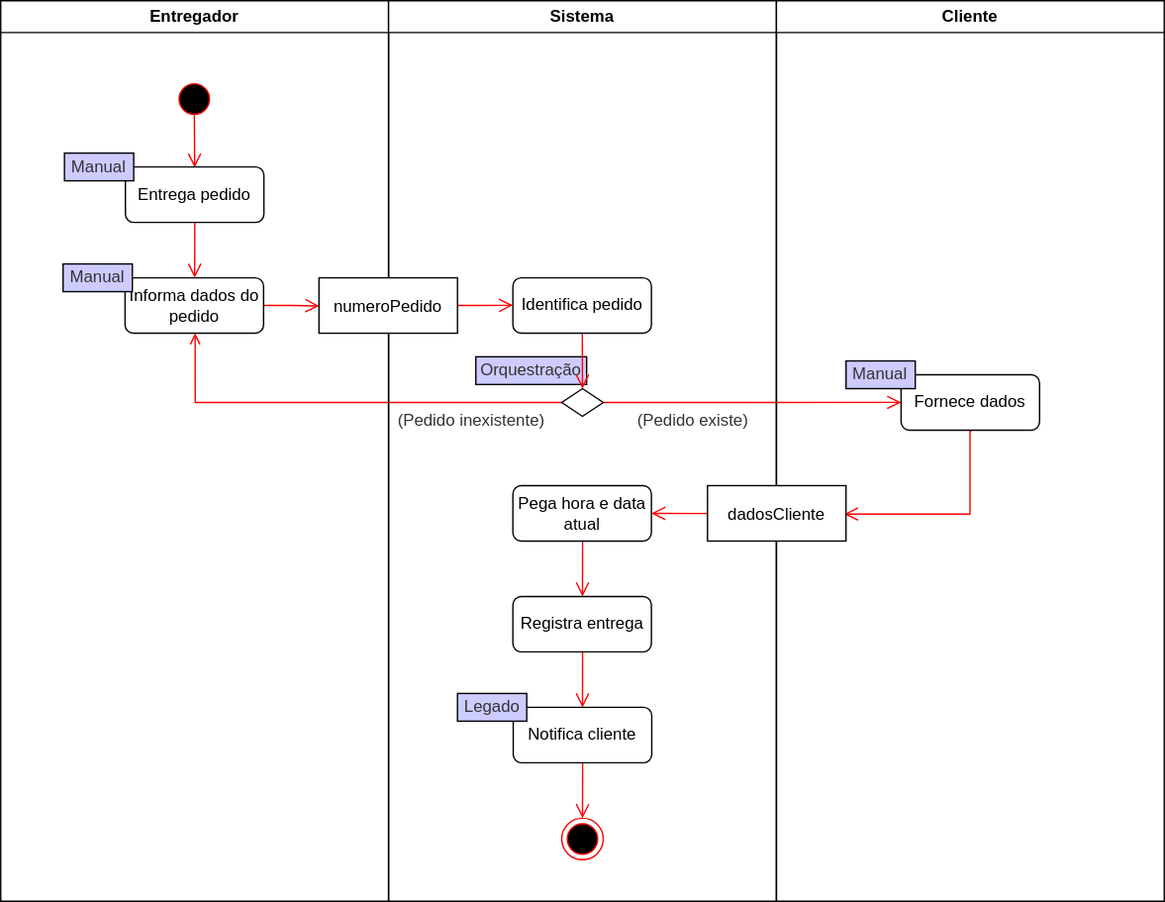
alexanderaugusto/logistica-service keeps this draw.io diagram as images/marcacao-modelo-detalhado-parte2.drawio.svg. Above is the earlier version. Source tidied: cells renumbered, new cells last; positions are measured from the earlier drawing's top-left corner, leaving out a move shared by most shapes.
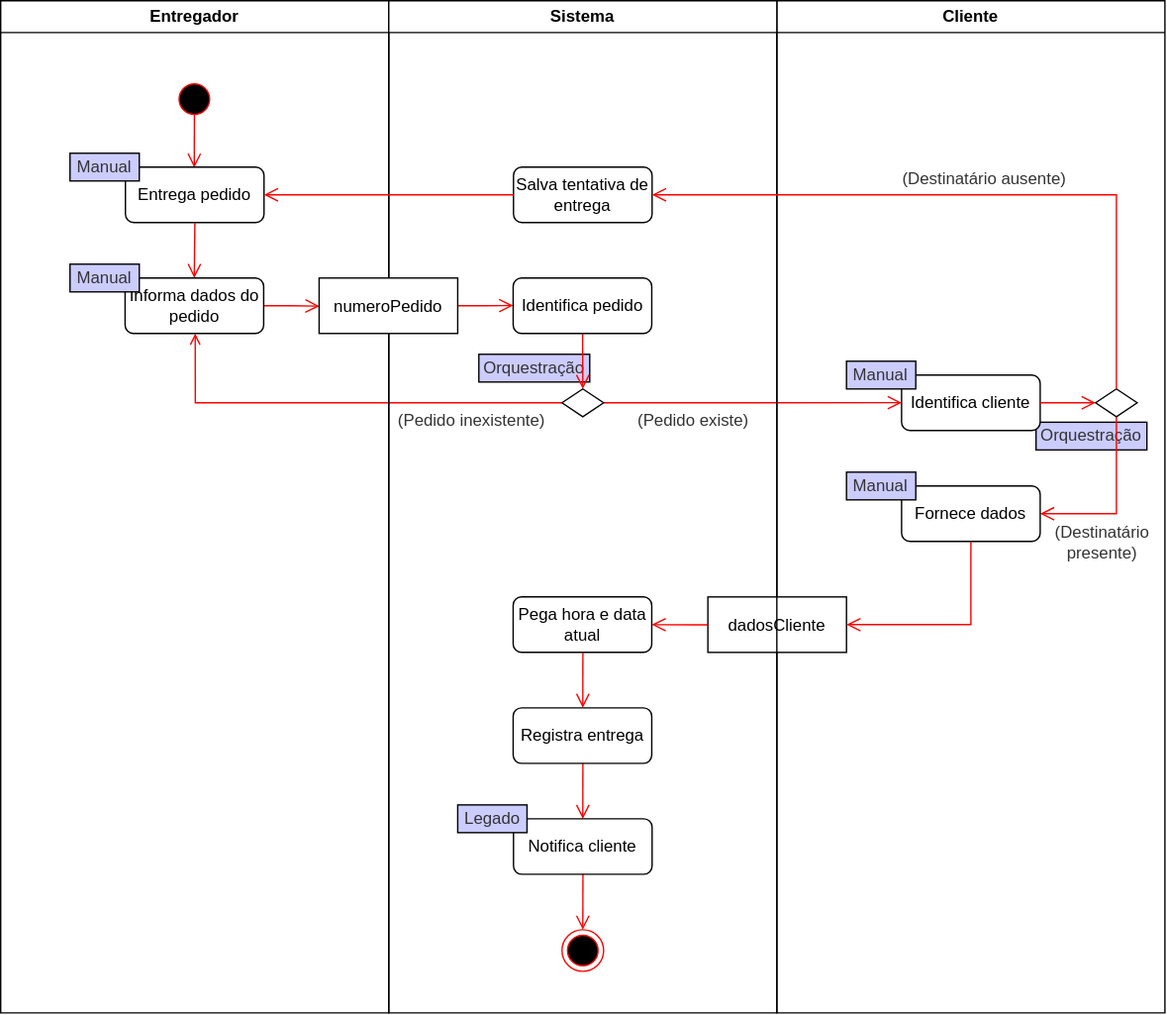
After the commit.

Change to the diagram source:
```diff
@@ -2,26 +2,73 @@
   <root>
     <mxCell id="0" />
     <mxCell id="1" parent="0" />
-    <mxCell id="2" style="edgeStyle=elbowEdgeStyle;elbow=horizontal;verticalAlign=bottom;endArrow=open;endSize=8;strokeColor=#FF0000;endFill=1;rounded=0;entryX=0.001;entryY=0.498;entryDx=0;entryDy=0;entryPerimeter=0;exitX=1;exitY=0.5;exitDx=0;exitDy=0;" parent="1" edge="1" source="25" target="32">
-      <mxGeometry x="-1894" y="-9.2" as="geometry">
-        <Array as="points">
-          <mxPoint x="490" y="290" />
-          <mxPoint x="484.8" y="635" />
-          <mxPoint x="614" y="707.5" />
-          <mxPoint x="614" y="697.5" />
-        </Array>
-      </mxGeometry>
-    </mxCell>
+    <mxCell id="30" value="Cliente" style="swimlane;whiteSpace=wrap;" parent="1" vertex="1">
+      <mxGeometry x="560" width="280" height="730" as="geometry" />
+    </mxCell>
+    <mxCell id="36" value="Orquestração" style="rounded=0;whiteSpace=wrap;html=1;fontSize=12;fontColor=#333333;fillColor=#CCCCFF;" parent="30" vertex="1">
+      <mxGeometry x="187" y="304" width="80" height="20" as="geometry" />
+    </mxCell>
+    <mxCell id="37" value="Identifica cliente" style="rounded=1;whiteSpace=wrap;html=1;" parent="30" vertex="1">
+      <mxGeometry x="90" y="270" width="100" height="40" as="geometry" />
+    </mxCell>
+    <mxCell id="33" value="dadosCliente" parent="30" vertex="1">
+      <mxGeometry x="-49.8" y="430" width="100" height="40" as="geometry" />
+    </mxCell>
+    <mxCell id="38" style="edgeStyle=elbowEdgeStyle;elbow=horizontal;verticalAlign=bottom;endArrow=open;endSize=8;strokeColor=#FF0000;endFill=1;rounded=0;exitX=0.5;exitY=1;exitDx=0;exitDy=0;entryX=1;entryY=0.5;entryDx=0;entryDy=0;" parent="30" edge="1" source="41" target="32">
+      <mxGeometry x="-935.2" y="121.9" as="geometry">
+        <Array as="points">
+          <mxPoint x="245" y="340" />
+        </Array>
+      </mxGeometry>
+    </mxCell>
+    <mxCell id="31" style="edgeStyle=elbowEdgeStyle;elbow=horizontal;verticalAlign=bottom;endArrow=open;endSize=8;strokeColor=#FF0000;endFill=1;rounded=0;exitX=0.5;exitY=1;exitDx=0;exitDy=0;entryX=1;entryY=0.5;entryDx=0;entryDy=0;" parent="30" edge="1" source="32" target="33">
+      <mxGeometry x="-1655.2" y="141.9" as="geometry">
+        <Array as="points">
+          <mxPoint x="140" y="450" />
+        </Array>
+      </mxGeometry>
+    </mxCell>
+    <mxCell id="39" value="(Destinatário ausente)" style="text;html=1;strokeColor=none;fillColor=none;align=center;verticalAlign=middle;whiteSpace=wrap;rounded=0;fontColor=#333333;fontSize=12;" parent="30" vertex="1">
+      <mxGeometry x="80" y="114" width="140" height="30" as="geometry" />
+    </mxCell>
+    <mxCell id="40" style="edgeStyle=elbowEdgeStyle;elbow=horizontal;verticalAlign=bottom;endArrow=open;endSize=8;strokeColor=#FF0000;endFill=1;rounded=0;exitX=1;exitY=0.5;exitDx=0;exitDy=0;entryX=0;entryY=0.5;entryDx=0;entryDy=0;" parent="30" edge="1" source="37" target="41">
+      <mxGeometry x="-1575.2" y="51.9" as="geometry" />
+    </mxCell>
+    <mxCell id="41" style="rhombus;whiteSpace=wrap;html=1;" parent="30" vertex="1">
+      <mxGeometry x="230" y="280" width="30" height="20" as="geometry" />
+    </mxCell>
+    <mxCell id="32" value="Fornece dados" style="rounded=1;whiteSpace=wrap;html=1;" parent="30" vertex="1">
+      <mxGeometry x="90" y="350" width="100" height="40" as="geometry" />
+    </mxCell>
+    <mxCell id="42" value="(Destinatário presente)" style="text;html=1;strokeColor=none;fillColor=none;align=center;verticalAlign=middle;whiteSpace=wrap;rounded=0;fontColor=#333333;fontSize=12;" parent="30" vertex="1">
+      <mxGeometry x="190" y="376" width="90" height="30" as="geometry" />
+    </mxCell>
+    <mxCell id="43" value="Manual" style="rounded=0;whiteSpace=wrap;html=1;fontSize=12;fontColor=#333333;fillColor=#CCCCFF;" parent="30" vertex="1">
+      <mxGeometry x="50.2" y="340" width="50" height="20" as="geometry" />
+    </mxCell>
+    <mxCell id="34" value="Manual" style="rounded=0;whiteSpace=wrap;html=1;fontSize=12;fontColor=#333333;fillColor=#CCCCFF;" parent="30" vertex="1">
+      <mxGeometry x="50.2" y="260" width="50" height="20" as="geometry" />
+    </mxCell>
+    <mxCell id="44" style="edgeStyle=elbowEdgeStyle;elbow=horizontal;verticalAlign=bottom;endArrow=open;endSize=8;strokeColor=#FF0000;endFill=1;rounded=0;entryX=0.001;entryY=0.498;entryDx=0;entryDy=0;entryPerimeter=0;exitX=1;exitY=0.5;exitDx=0;exitDy=0;" parent="1" edge="1" source="25" target="37">
+      <mxGeometry x="-1894" y="-9.2" as="geometry">
+        <Array as="points">
+          <mxPoint x="490" y="290" />
+          <mxPoint x="484.8" y="635" />
+          <mxPoint x="614" y="707.5" />
+          <mxPoint x="614" y="697.5" />
+        </Array>
+      </mxGeometry>
+    </mxCell>
     <mxCell id="3" style="edgeStyle=orthogonalEdgeStyle;rounded=0;jettySize=auto;html=1;fontSize=9;fontColor=#333333;endArrow=open;endFill=0;strokeColor=#FF0000;entryX=0.506;entryY=1;entryDx=0;entryDy=0;entryPerimeter=0;exitX=0;exitY=0.5;exitDx=0;exitDy=0;" parent="1" edge="1" source="25" target="10">
       <mxGeometry relative="1" as="geometry" />
     </mxCell>
     <mxCell id="4" style="edgeStyle=elbowEdgeStyle;elbow=horizontal;verticalAlign=bottom;endArrow=open;endSize=8;strokeColor=#FF0000;endFill=1;rounded=0;entryX=1;entryY=0.5;entryDx=0;entryDy=0;entryPerimeter=0;exitX=0.001;exitY=0.502;exitDx=0;exitDy=0;exitPerimeter=0;" parent="1" edge="1" source="33" target="22">
-      <mxGeometry x="-1464" y="-9.2" as="geometry">
+      <mxGeometry x="-1464" y="70.8" as="geometry">
         <Array as="points">
-          <mxPoint x="499.8" y="362" />
-          <mxPoint x="474.8" y="565" />
-          <mxPoint x="604" y="637.5" />
-          <mxPoint x="604" y="627.5" />
+          <mxPoint x="499.8" y="442" />
+          <mxPoint x="474.8" y="645" />
+          <mxPoint x="604" y="717.5" />
+          <mxPoint x="604" y="707.5" />
         </Array>
       </mxGeometry>
     </mxCell>
@@ -29,7 +76,7 @@
       <mxGeometry x="-325.2" y="233.4" as="geometry" />
     </mxCell>
     <mxCell id="6" value="Entregador" style="swimlane;whiteSpace=wrap;startSize=23;" parent="1" vertex="1">
-      <mxGeometry width="280" height="650" as="geometry" />
+      <mxGeometry width="280" height="730" as="geometry" />
     </mxCell>
     <mxCell id="7" style="edgeStyle=elbowEdgeStyle;elbow=horizontal;verticalAlign=bottom;endArrow=open;endSize=8;strokeColor=#FF0000;endFill=1;rounded=0;entryX=0.497;entryY=0.011;entryDx=0;entryDy=0;entryPerimeter=0;exitX=0.501;exitY=0.869;exitDx=0;exitDy=0;exitPerimeter=0;" parent="6" edge="1" source="9" target="11">
       <mxGeometry x="-495.1" y="-100.9" as="geometry" />
@@ -46,37 +93,40 @@
     <mxCell id="11" value="Entrega pedido" style="rounded=1;whiteSpace=wrap;html=1;" parent="6" vertex="1">
       <mxGeometry x="90" y="120" width="100" height="40" as="geometry" />
     </mxCell>
-    <mxCell id="12" value="Manual" style="rounded=0;whiteSpace=wrap;html=1;fontSize=12;fontColor=#333333;fillColor=#CCCCFF;" parent="6" vertex="1">
-      <mxGeometry x="45" y="190" width="50" height="20" as="geometry" />
-    </mxCell>
+    <mxCell id="45" value="Manual" style="rounded=0;whiteSpace=wrap;html=1;fontSize=12;fontColor=#333333;fillColor=#CCCCFF;" parent="6" vertex="1">
+      <mxGeometry x="50" y="110" width="50" height="20" as="geometry" />
+    </mxCell>
+    <mxCell id="46" value="Manual" style="rounded=0;whiteSpace=wrap;html=1;fontSize=12;fontColor=#333333;fillColor=#CCCCFF;" parent="6" vertex="1">
+      <mxGeometry x="50" y="190" width="50" height="20" as="geometry" />
+    </mxCell>
     <mxCell id="13" value="Sistema" style="swimlane;whiteSpace=wrap;" parent="1" vertex="1">
-      <mxGeometry x="280" width="280" height="650" as="geometry" />
+      <mxGeometry x="280" width="280" height="730" as="geometry" />
     </mxCell>
-    <mxCell id="14" value="Orquestração" style="rounded=0;whiteSpace=wrap;html=1;fontSize=12;fontColor=#333333;fillColor=#CCCCFF;" parent="13" vertex="1">
-      <mxGeometry x="63" y="257" width="80" height="20" as="geometry" />
-    </mxCell>
+    <mxCell id="47" value="Orquestração" style="rounded=0;whiteSpace=wrap;html=1;fontSize=12;fontColor=#333333;fillColor=#CCCCFF;" parent="13" vertex="1">
+      <mxGeometry x="65" y="255" width="80" height="20" as="geometry" />
+    </mxCell>
     <mxCell id="15" style="edgeStyle=elbowEdgeStyle;elbow=horizontal;verticalAlign=bottom;endArrow=open;endSize=8;strokeColor=#FF0000;endFill=1;rounded=0;exitX=0.503;exitY=1;exitDx=0;exitDy=0;exitPerimeter=0;entryX=0.503;entryY=0;entryDx=0;entryDy=0;entryPerimeter=0;" parent="13" edge="1" source="22" target="28">
-      <mxGeometry x="-3079.1" y="-407.2" as="geometry">
+      <mxGeometry x="-3079.1" y="-327.2" as="geometry">
         <Array as="points">
-          <mxPoint x="140" y="410" />
-          <mxPoint x="200" y="429.9" />
-          <mxPoint x="254.7" y="594.9" />
-          <mxPoint x="264.7" y="514.9" />
-          <mxPoint x="344.7" y="504.9" />
-          <mxPoint x="473.9" y="577.4" />
-          <mxPoint x="473.9" y="567.4" />
+          <mxPoint x="140" y="490" />
+          <mxPoint x="200" y="509.9" />
+          <mxPoint x="254.7" y="674.9" />
+          <mxPoint x="264.7" y="594.9" />
+          <mxPoint x="344.7" y="584.9" />
+          <mxPoint x="473.9" y="657.4" />
+          <mxPoint x="473.9" y="647.4" />
         </Array>
       </mxGeometry>
     </mxCell>
     <mxCell id="16" style="edgeStyle=elbowEdgeStyle;elbow=horizontal;verticalAlign=bottom;endArrow=open;endSize=8;strokeColor=#FF0000;endFill=1;rounded=0;entryX=0.507;entryY=0.003;entryDx=0;entryDy=0;entryPerimeter=0;exitX=0.503;exitY=1.003;exitDx=0;exitDy=0;exitPerimeter=0;" parent="13" edge="1" source="28" target="20">
-      <mxGeometry x="-2699.1" y="-277.1" as="geometry">
+      <mxGeometry x="-2699.1" y="-197.1" as="geometry">
         <Array as="points">
-          <mxPoint x="140" y="490" />
-          <mxPoint x="194.7" y="655" />
-          <mxPoint x="204.7" y="575" />
-          <mxPoint x="284.7" y="565" />
-          <mxPoint x="413.9" y="637.5" />
-          <mxPoint x="413.9" y="627.5" />
+          <mxPoint x="140" y="570" />
+          <mxPoint x="194.7" y="735" />
+          <mxPoint x="204.7" y="655" />
+          <mxPoint x="284.7" y="645" />
+          <mxPoint x="413.9" y="717.5" />
+          <mxPoint x="413.9" y="707.5" />
         </Array>
       </mxGeometry>
     </mxCell>
@@ -87,31 +137,31 @@
         </Array>
       </mxGeometry>
     </mxCell>
-    <mxCell id="18" style="edgeStyle=elbowEdgeStyle;elbow=horizontal;verticalAlign=bottom;endArrow=open;endSize=8;strokeColor=#FF0000;endFill=1;rounded=0;entryX=0.5;entryY=0;entryDx=0;entryDy=0;exitX=0.501;exitY=0.974;exitDx=0;exitDy=0;exitPerimeter=0;" parent="13" edge="1" source="20" target="21">
-      <mxGeometry x="-2338.8" y="-117.2" as="geometry">
-        <Array as="points">
-          <mxPoint x="140" y="572" />
-          <mxPoint x="115" y="745" />
-          <mxPoint x="125" y="665" />
-          <mxPoint x="205" y="655" />
-          <mxPoint x="334.2" y="727.5" />
-          <mxPoint x="334.2" y="717.5" />
-        </Array>
-      </mxGeometry>
-    </mxCell>
-    <mxCell id="19" style="edgeStyle=elbowEdgeStyle;elbow=horizontal;verticalAlign=bottom;endArrow=open;endSize=8;strokeColor=#FF0000;endFill=1;rounded=0;exitX=1;exitY=0.5;exitDx=0;exitDy=0;exitPerimeter=0;" parent="13" edge="1" source="24">
-      <mxGeometry x="-205.2" y="200.4" as="geometry">
-        <mxPoint x="89.8" y="219.8" as="targetPoint" />
-      </mxGeometry>
-    </mxCell>
+    <mxCell id="48" style="edgeStyle=elbowEdgeStyle;elbow=horizontal;verticalAlign=bottom;endArrow=open;endSize=8;strokeColor=#FF0000;endFill=1;rounded=0;entryX=0.5;entryY=0;entryDx=0;entryDy=0;exitX=0.501;exitY=0.974;exitDx=0;exitDy=0;exitPerimeter=0;" parent="13" edge="1" source="20" target="50">
+      <mxGeometry x="-2338.8" y="-37.2" as="geometry">
+        <Array as="points">
+          <mxPoint x="140" y="652" />
+          <mxPoint x="115" y="825" />
+          <mxPoint x="125" y="745" />
+          <mxPoint x="205" y="735" />
+          <mxPoint x="334.2" y="807.5" />
+          <mxPoint x="334.2" y="797.5" />
+        </Array>
+      </mxGeometry>
+    </mxCell>
+    <mxCell id="49" style="edgeStyle=elbowEdgeStyle;elbow=horizontal;verticalAlign=bottom;endArrow=open;endSize=8;strokeColor=#FF0000;endFill=1;rounded=0;exitX=1;exitY=0.5;exitDx=0;exitDy=0;exitPerimeter=0;" parent="13" edge="1" source="24">
+      <mxGeometry x="-205.2" y="200.4" as="geometry">
+        <mxPoint x="89.8" y="219.8" as="targetPoint" />
+      </mxGeometry>
+    </mxCell>
     <mxCell id="20" value="Notifica cliente" style="rounded=1;whiteSpace=wrap;html=1;" parent="13" vertex="1">
-      <mxGeometry x="90" y="510" width="100" height="40" as="geometry" />
+      <mxGeometry x="90" y="590" width="100" height="40" as="geometry" />
     </mxCell>
-    <mxCell id="21" style="ellipse;shape=endState;fillColor=#000000;strokeColor=#ff0000;" parent="13" vertex="1">
-      <mxGeometry x="125" y="590" width="30" height="30" as="geometry" />
-    </mxCell>
+    <mxCell id="50" style="ellipse;shape=endState;fillColor=#000000;strokeColor=#ff0000;" parent="13" vertex="1">
+      <mxGeometry x="125" y="670" width="30" height="30" as="geometry" />
+    </mxCell>
     <mxCell id="22" value="Pega hora e data atual" style="rounded=1;whiteSpace=wrap;html=1;" parent="13" vertex="1">
-      <mxGeometry x="89.8" y="350" width="100" height="40" as="geometry" />
+      <mxGeometry x="89.8" y="430" width="100" height="40" as="geometry" />
     </mxCell>
     <mxCell id="23" value="Identifica pedido" style="rounded=1;whiteSpace=wrap;html=1;" parent="13" vertex="1">
       <mxGeometry x="89.8" y="200" width="100" height="40" as="geometry" />
@@ -129,36 +179,23 @@
       <mxGeometry x="170" y="288" width="100" height="30" as="geometry" />
     </mxCell>
     <mxCell id="28" value="Registra entrega" style="rounded=1;whiteSpace=wrap;html=1;" parent="13" vertex="1">
-      <mxGeometry x="89.8" y="430" width="100" height="40" as="geometry" />
+      <mxGeometry x="89.8" y="510" width="100" height="40" as="geometry" />
     </mxCell>
+    <mxCell id="51" value="Salva tentativa de entrega" style="rounded=1;whiteSpace=wrap;html=1;" parent="13" vertex="1">
+      <mxGeometry x="90" y="120" width="100" height="40" as="geometry" />
+    </mxCell>
     <mxCell id="29" value="Legado" style="rounded=0;whiteSpace=wrap;html=1;fontSize=12;fontColor=#333333;fillColor=#CCCCFF;" parent="13" vertex="1">
-      <mxGeometry x="49.8" y="500" width="50" height="20" as="geometry" />
+      <mxGeometry x="49.8" y="580" width="50" height="20" as="geometry" />
     </mxCell>
-    <mxCell id="30" value="Cliente" style="swimlane;whiteSpace=wrap;" parent="1" vertex="1">
-      <mxGeometry x="560" width="280" height="650" as="geometry" />
-    </mxCell>
-    <mxCell id="31" style="edgeStyle=elbowEdgeStyle;elbow=horizontal;verticalAlign=bottom;endArrow=open;endSize=8;strokeColor=#FF0000;endFill=1;rounded=0;entryX=0.987;entryY=0.513;entryDx=0;entryDy=0;entryPerimeter=0;exitX=0.509;exitY=1.012;exitDx=0;exitDy=0;exitPerimeter=0;" parent="30" edge="1" source="32" target="33">
-      <mxGeometry x="-2019.3" y="-150.6" as="geometry">
-        <Array as="points">
-          <mxPoint x="139.8" y="289.8" />
-          <mxPoint x="140.8" y="271.8" />
-          <mxPoint x="79.4" y="493.5" />
-          <mxPoint x="208.6" y="566" />
-          <mxPoint x="208.6" y="556" />
-        </Array>
-      </mxGeometry>
-    </mxCell>
-    <mxCell id="32" value="Fornece dados" style="rounded=1;whiteSpace=wrap;html=1;" parent="30" vertex="1">
-      <mxGeometry x="90" y="270" width="100" height="40" as="geometry" />
-    </mxCell>
-    <mxCell id="33" value="dadosCliente" parent="30" vertex="1">
-      <mxGeometry x="-49.8" y="350" width="100" height="40" as="geometry" />
-    </mxCell>
-    <mxCell id="34" value="Manual" style="rounded=0;whiteSpace=wrap;html=1;fontSize=12;fontColor=#333333;fillColor=#CCCCFF;" parent="30" vertex="1">
-      <mxGeometry x="50.2" y="260" width="50" height="20" as="geometry" />
-    </mxCell>
-    <mxCell id="35" value="Manual" style="rounded=0;whiteSpace=wrap;html=1;fontSize=12;fontColor=#333333;fillColor=#CCCCFF;" parent="1" vertex="1">
-      <mxGeometry x="46" y="110" width="50" height="20" as="geometry" />
-    </mxCell>
+    <mxCell id="52" style="edgeStyle=elbowEdgeStyle;elbow=horizontal;verticalAlign=bottom;endArrow=open;endSize=8;strokeColor=#FF0000;endFill=1;rounded=0;entryX=1;entryY=0.5;entryDx=0;entryDy=0;exitX=0;exitY=0.5;exitDx=0;exitDy=0;" parent="1" edge="1" source="51" target="11">
+      <mxGeometry x="-314.8" y="-63" as="geometry" />
+    </mxCell>
+    <mxCell id="53" style="edgeStyle=elbowEdgeStyle;elbow=horizontal;verticalAlign=bottom;endArrow=open;endSize=8;strokeColor=#FF0000;endFill=1;rounded=0;exitX=0.5;exitY=0;exitDx=0;exitDy=0;entryX=1;entryY=0.5;entryDx=0;entryDy=0;" parent="1" edge="1" source="41" target="51">
+      <mxGeometry x="-855.2" y="41.9" as="geometry">
+        <Array as="points">
+          <mxPoint x="805" y="170" />
+        </Array>
+      </mxGeometry>
+    </mxCell>
   </root>
 </mxGraphModel>
```
